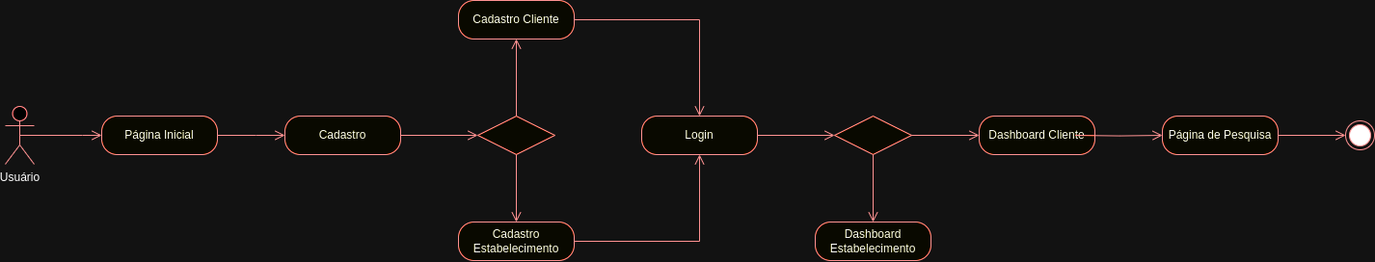
Before: docs/img/userflow-diagram.png, a diagram exported from draw.io (ICEI-PUC-Minas-PMV-ADS/pmv-ads-2024-1-e2-proj-int-t9-pmv-ads-2024-1-e2-proj-barberease). Source tidied: cells renumbered, new cells last; positions are measured from the earlier drawing's top-left corner, leaving out a move shared by most shapes. Source of this version:
```xml
<mxGraphModel>
  <root>
    <mxCell id="0" />
    <mxCell id="1" parent="0" />
    <mxCell id="2" value="Usuário" style="shape=umlActor;verticalLabelPosition=bottom;verticalAlign=top;html=1;strokeColor=#FF0000;" parent="1" vertex="1">
      <mxGeometry y="110" width="30" height="60" as="geometry" />
    </mxCell>
    <mxCell id="3" value="Página Inicial" style="rounded=1;whiteSpace=wrap;html=1;arcSize=40;fontColor=#000000;fillColor=#ffffc0;strokeColor=#ff0000;" parent="1" vertex="1">
      <mxGeometry x="100" y="120" width="120" height="40" as="geometry" />
    </mxCell>
    <mxCell id="4" style="edgeStyle=orthogonalEdgeStyle;html=1;verticalAlign=bottom;endArrow=open;endSize=8;strokeColor=#ff0000;rounded=0;exitX=0.5;exitY=0.5;exitDx=0;exitDy=0;exitPerimeter=0;entryX=0;entryY=0.5;entryDx=0;entryDy=0;" parent="1" edge="1" source="2" target="3">
      <mxGeometry relative="1" as="geometry">
        <Array as="points">
          <mxPoint x="80" y="140" />
          <mxPoint x="80" y="140" />
        </Array>
      </mxGeometry>
    </mxCell>
    <mxCell id="5" style="rhombus;whiteSpace=wrap;html=1;fontColor=#000000;fillColor=#ffffc0;strokeColor=#ff0000;" parent="1" vertex="1">
      <mxGeometry x="490" y="120" width="80" height="40" as="geometry" />
    </mxCell>
    <mxCell id="6" style="edgeStyle=orthogonalEdgeStyle;html=1;align=left;verticalAlign=bottom;endArrow=open;endSize=8;strokeColor=#ff0000;rounded=0;exitX=0.5;exitY=0;exitDx=0;exitDy=0;entryX=0.5;entryY=1;entryDx=0;entryDy=0;" parent="1" edge="1" source="5" target="12">
      <mxGeometry x="-1" relative="1" as="geometry" />
    </mxCell>
    <mxCell id="7" style="edgeStyle=orthogonalEdgeStyle;html=1;align=left;verticalAlign=top;endArrow=open;endSize=8;strokeColor=#ff0000;rounded=0;entryX=0.5;entryY=0;entryDx=0;entryDy=0;exitX=0.5;exitY=1;exitDx=0;exitDy=0;" parent="1" edge="1" source="5" target="9">
      <mxGeometry x="-1" relative="1" as="geometry" />
    </mxCell>
    <mxCell id="8" style="edgeStyle=orthogonalEdgeStyle;html=1;align=left;verticalAlign=top;endArrow=open;endSize=8;strokeColor=#ff0000;rounded=0;exitX=1;exitY=0.5;exitDx=0;exitDy=0;entryX=0;entryY=0.5;entryDx=0;entryDy=0;" parent="1" edge="1" source="10" target="5">
      <mxGeometry x="-1" relative="1" as="geometry" />
    </mxCell>
    <mxCell id="9" value="Cadastro Estabelecimento" style="rounded=1;whiteSpace=wrap;html=1;arcSize=40;fontColor=#000000;fillColor=#ffffc0;strokeColor=#ff0000;" parent="1" vertex="1">
      <mxGeometry x="470" y="230" width="120" height="40" as="geometry" />
    </mxCell>
    <mxCell id="10" value="Cadastro" style="rounded=1;whiteSpace=wrap;html=1;arcSize=40;fontColor=#000000;fillColor=#ffffc0;strokeColor=#ff0000;" parent="1" vertex="1">
      <mxGeometry x="290" y="120" width="120" height="40" as="geometry" />
    </mxCell>
    <mxCell id="11" style="edgeStyle=orthogonalEdgeStyle;html=1;verticalAlign=bottom;endArrow=open;endSize=8;strokeColor=#ff0000;rounded=0;exitX=1;exitY=0.5;exitDx=0;exitDy=0;entryX=0;entryY=0.5;entryDx=0;entryDy=0;" parent="1" edge="1" source="3" target="10">
      <mxGeometry relative="1" as="geometry">
        <Array as="points">
          <mxPoint x="260" y="140" />
          <mxPoint x="260" y="140" />
        </Array>
      </mxGeometry>
    </mxCell>
    <mxCell id="12" value="Cadastro Cliente" style="rounded=1;whiteSpace=wrap;html=1;arcSize=40;fontColor=#000000;fillColor=#ffffc0;strokeColor=#ff0000;" parent="1" vertex="1">
      <mxGeometry x="470" width="120" height="40" as="geometry" />
    </mxCell>
    <mxCell id="13" value="Login" style="rounded=1;whiteSpace=wrap;html=1;arcSize=40;fontColor=#000000;fillColor=#ffffc0;strokeColor=#ff0000;" parent="1" vertex="1">
      <mxGeometry x="660" y="120" width="120" height="40" as="geometry" />
    </mxCell>
    <mxCell id="14" style="edgeStyle=orthogonalEdgeStyle;html=1;align=left;verticalAlign=top;endArrow=open;endSize=8;strokeColor=#ff0000;rounded=0;entryX=0.5;entryY=1;entryDx=0;entryDy=0;exitX=1;exitY=0.5;exitDx=0;exitDy=0;" parent="1" edge="1" source="9" target="13">
      <mxGeometry x="-1" relative="1" as="geometry">
        <Array as="points">
          <mxPoint x="720" y="250" />
        </Array>
      </mxGeometry>
    </mxCell>
    <mxCell id="15" style="edgeStyle=orthogonalEdgeStyle;html=1;align=left;verticalAlign=top;endArrow=open;endSize=8;strokeColor=#ff0000;rounded=0;exitX=1;exitY=0.5;exitDx=0;exitDy=0;entryX=0.5;entryY=0;entryDx=0;entryDy=0;" parent="1" edge="1" source="12" target="13">
      <mxGeometry x="-1" relative="1" as="geometry">
        <Array as="points">
          <mxPoint x="720" y="20" />
        </Array>
      </mxGeometry>
    </mxCell>
    <mxCell id="16" style="edgeStyle=orthogonalEdgeStyle;html=1;align=left;verticalAlign=top;endArrow=open;endSize=8;strokeColor=#ff0000;rounded=0;exitX=1;exitY=0.5;exitDx=0;exitDy=0;entryX=0;entryY=0.5;entryDx=0;entryDy=0;" parent="1" edge="1" source="13" target="17">
      <mxGeometry x="-1" relative="1" as="geometry" />
    </mxCell>
    <mxCell id="17" style="rhombus;whiteSpace=wrap;html=1;fontColor=#000000;fillColor=#ffffc0;strokeColor=#ff0000;" parent="1" vertex="1">
      <mxGeometry x="860" y="120" width="80" height="40" as="geometry" />
    </mxCell>
    <mxCell id="18" style="edgeStyle=orthogonalEdgeStyle;html=1;align=left;verticalAlign=bottom;endArrow=open;endSize=8;strokeColor=#ff0000;rounded=0;exitX=1;exitY=0.5;exitDx=0;exitDy=0;entryX=0;entryY=0.5;entryDx=0;entryDy=0;" parent="1" edge="1" source="17" target="19">
      <mxGeometry x="-1" relative="1" as="geometry" />
    </mxCell>
    <mxCell id="19" value="Dashboard Cliente" style="rounded=1;whiteSpace=wrap;html=1;arcSize=40;fontColor=#000000;fillColor=#ffffc0;strokeColor=#ff0000;" parent="1" vertex="1">
      <mxGeometry x="1010" y="120" width="120" height="40" as="geometry" />
    </mxCell>
    <mxCell id="20" style="edgeStyle=orthogonalEdgeStyle;html=1;align=left;verticalAlign=bottom;endArrow=open;endSize=8;strokeColor=#ff0000;rounded=0;exitX=0.5;exitY=1;exitDx=0;exitDy=0;entryX=0.5;entryY=0;entryDx=0;entryDy=0;" parent="1" edge="1" source="17" target="21">
      <mxGeometry x="-1" relative="1" as="geometry" />
    </mxCell>
    <mxCell id="21" value="Dashboard Estabelecimento" style="rounded=1;whiteSpace=wrap;html=1;arcSize=40;fontColor=#000000;fillColor=#ffffc0;strokeColor=#ff0000;" parent="1" vertex="1">
      <mxGeometry x="840" y="230" width="120" height="40" as="geometry" />
    </mxCell>
    <mxCell id="22" style="edgeStyle=orthogonalEdgeStyle;html=1;align=left;verticalAlign=bottom;endArrow=open;endSize=8;strokeColor=#ff0000;rounded=0;exitX=1;exitY=0.5;exitDx=0;exitDy=0;entryX=0;entryY=0.5;entryDx=0;entryDy=0;" parent="1" edge="1" target="23">
      <mxGeometry x="-1" relative="1" as="geometry">
        <mxPoint x="1110" y="140" as="sourcePoint" />
      </mxGeometry>
    </mxCell>
    <mxCell id="23" value="Página de Pesquisa" style="rounded=1;whiteSpace=wrap;html=1;arcSize=40;fontColor=#000000;fillColor=#ffffc0;strokeColor=#ff0000;" parent="1" vertex="1">
      <mxGeometry x="1200" y="120" width="120" height="40" as="geometry" />
    </mxCell>
    <mxCell id="24" style="ellipse;html=1;shape=endState;fillColor=#000000;strokeColor=#ff0000;" parent="1" vertex="1">
      <mxGeometry x="1390" y="125" width="30" height="30" as="geometry" />
    </mxCell>
    <mxCell id="25" style="edgeStyle=orthogonalEdgeStyle;html=1;align=left;verticalAlign=bottom;endArrow=open;endSize=8;strokeColor=#ff0000;rounded=0;exitX=1;exitY=0.5;exitDx=0;exitDy=0;entryX=0;entryY=0.5;entryDx=0;entryDy=0;" parent="1" edge="1" source="23" target="24">
      <mxGeometry x="-1" relative="1" as="geometry" />
    </mxCell>
  </root>
</mxGraphModel>
```
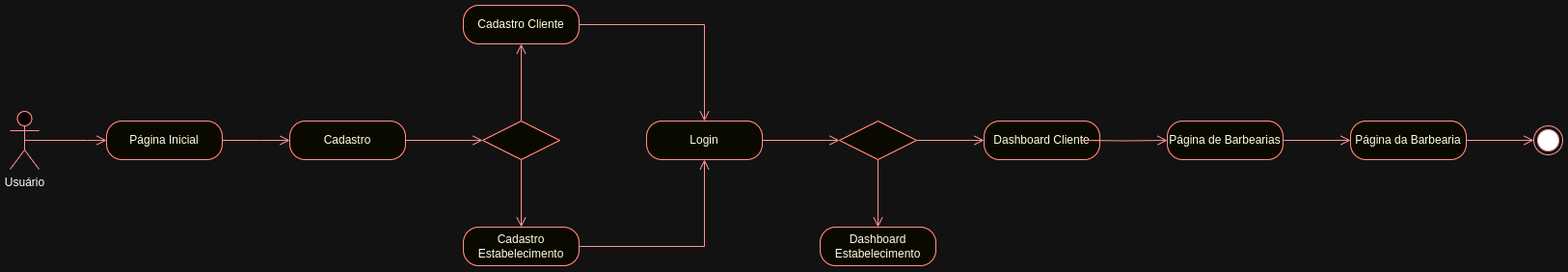
Later version of the same file.

The edit, as a diff of the source:
```diff
@@ -85,14 +85,20 @@
         <mxPoint x="1110" y="140" as="sourcePoint" />
       </mxGeometry>
     </mxCell>
-    <mxCell id="23" value="Página de Pesquisa" style="rounded=1;whiteSpace=wrap;html=1;arcSize=40;fontColor=#000000;fillColor=#ffffc0;strokeColor=#ff0000;" parent="1" vertex="1">
+    <mxCell id="23" value="Página de Barbearias" style="rounded=1;whiteSpace=wrap;html=1;arcSize=40;fontColor=#000000;fillColor=#ffffc0;strokeColor=#ff0000;" parent="1" vertex="1">
       <mxGeometry x="1200" y="120" width="120" height="40" as="geometry" />
     </mxCell>
     <mxCell id="24" style="ellipse;html=1;shape=endState;fillColor=#000000;strokeColor=#ff0000;" parent="1" vertex="1">
-      <mxGeometry x="1390" y="125" width="30" height="30" as="geometry" />
+      <mxGeometry x="1580" y="125" width="30" height="30" as="geometry" />
     </mxCell>
-    <mxCell id="25" style="edgeStyle=orthogonalEdgeStyle;html=1;align=left;verticalAlign=bottom;endArrow=open;endSize=8;strokeColor=#ff0000;rounded=0;exitX=1;exitY=0.5;exitDx=0;exitDy=0;entryX=0;entryY=0.5;entryDx=0;entryDy=0;" parent="1" edge="1" source="23" target="24">
+    <mxCell id="25" style="edgeStyle=orthogonalEdgeStyle;html=1;align=left;verticalAlign=bottom;endArrow=open;endSize=8;strokeColor=#ff0000;rounded=0;exitX=1;exitY=0.5;exitDx=0;exitDy=0;entryX=0;entryY=0.5;entryDx=0;entryDy=0;" parent="1" edge="1" source="23" target="26">
       <mxGeometry x="-1" relative="1" as="geometry" />
     </mxCell>
+    <mxCell id="26" value="Página da Barbearia" style="rounded=1;whiteSpace=wrap;html=1;arcSize=40;fontColor=#000000;fillColor=#ffffc0;strokeColor=#ff0000;" parent="1" vertex="1">
+      <mxGeometry x="1390" y="120" width="120" height="40" as="geometry" />
+    </mxCell>
+    <mxCell id="27" style="edgeStyle=orthogonalEdgeStyle;html=1;align=left;verticalAlign=bottom;endArrow=open;endSize=8;strokeColor=#ff0000;rounded=0;exitX=1;exitY=0.5;exitDx=0;exitDy=0;entryX=0;entryY=0.5;entryDx=0;entryDy=0;" parent="1" edge="1" source="26" target="24">
+      <mxGeometry x="-1" relative="1" as="geometry" />
+    </mxCell>
   </root>
 </mxGraphModel>
```
